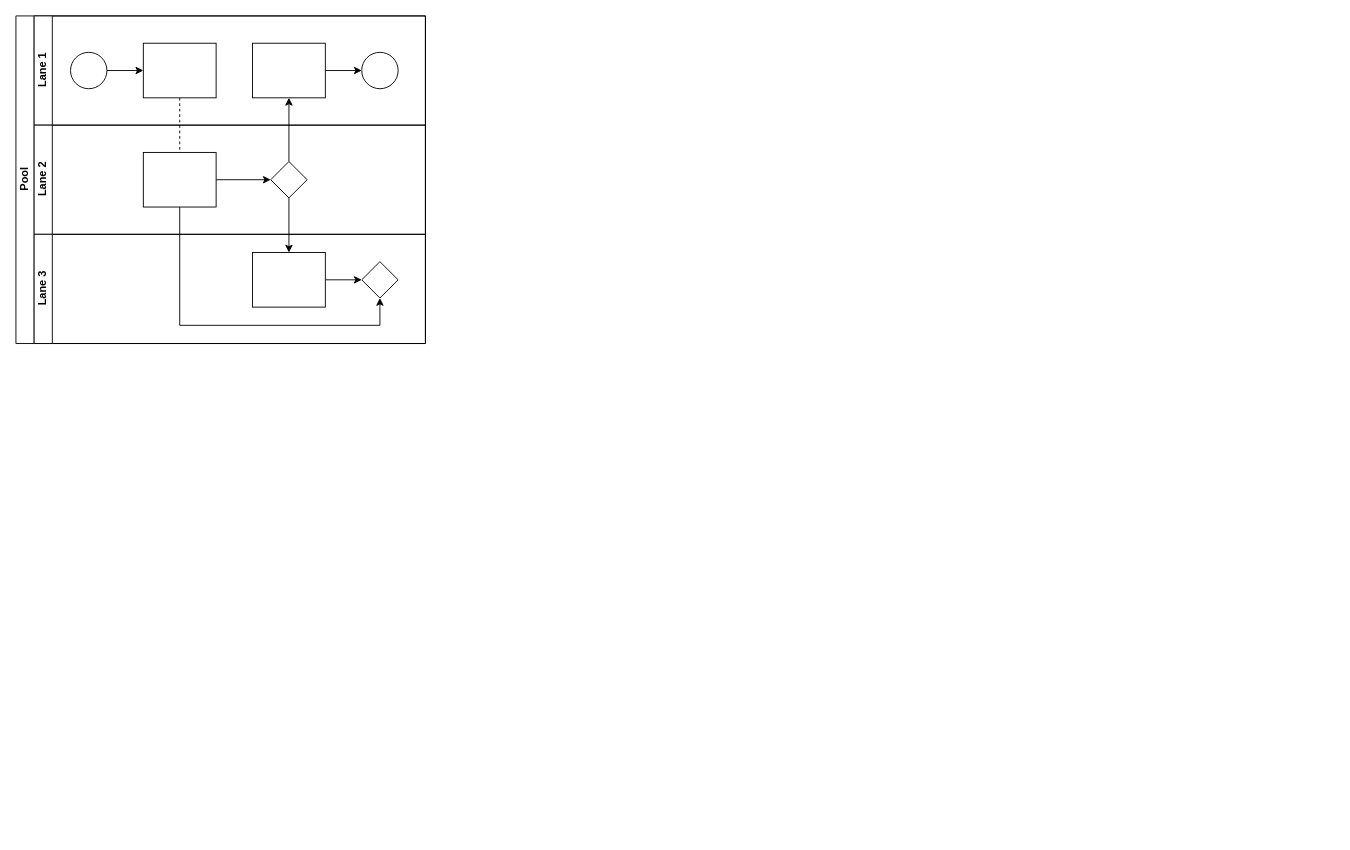
The draw.io diagram FCBT Performer SDD.drawio in mattuptonFCTG/diagrams, before the edit. Source tidied: cells renumbered, new cells numbered last; positions are measured from the earlier drawing's top-left corner, leaving out a move shared by most shapes. Both pictures are drawn from the tidied source at 91%, with x=0, y=0 at pixel (15, 15).
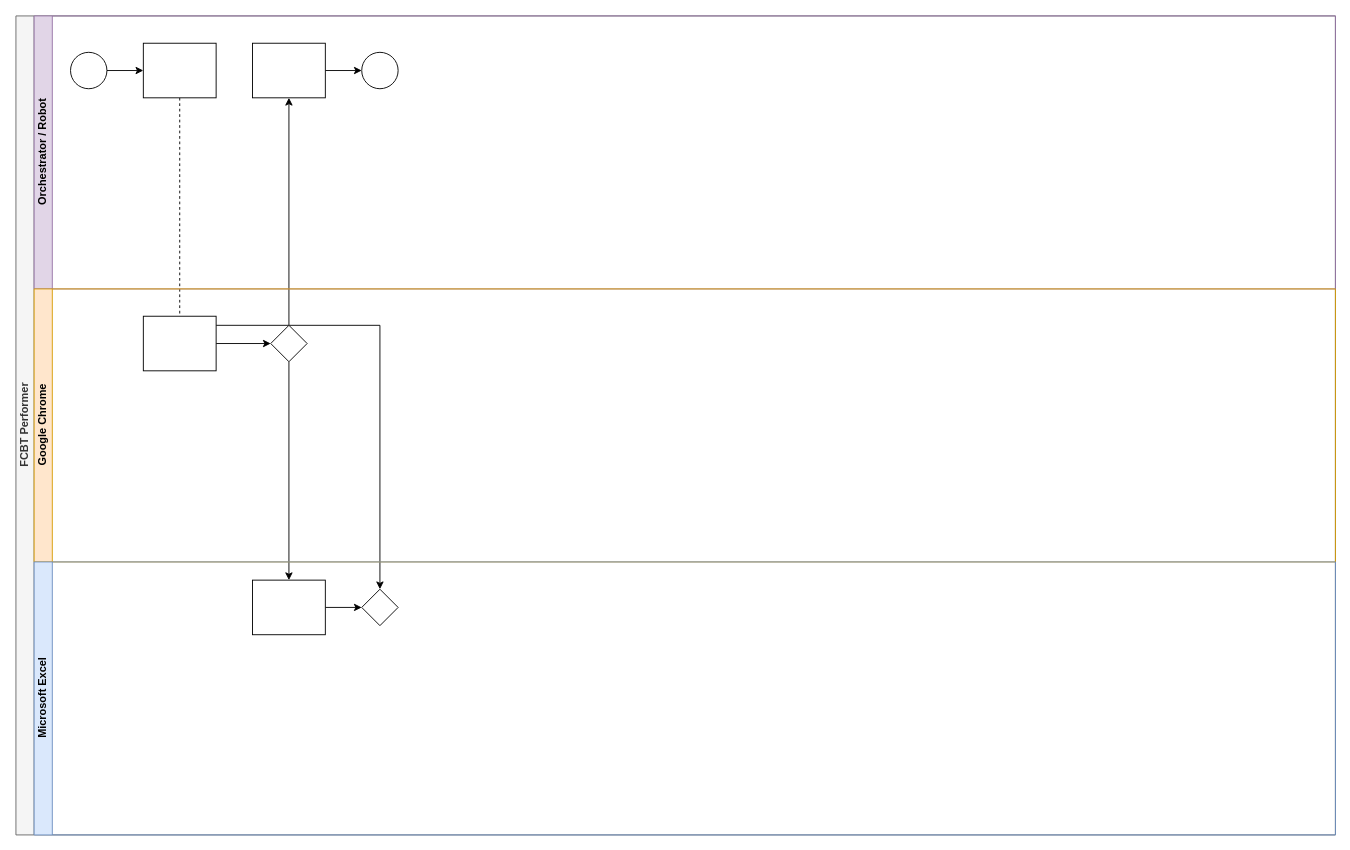
The same diagram, later.

What changed in the source:
```diff
@@
-    <mxCell id="2" value="Pool" style="swimlane;html=1;horizontal=0;startSize=20;" parent="1" vertex="1">
-      <mxGeometry width="450" height="360" as="geometry" />
+    <mxCell id="2" value="FCBT Performer" style="swimlane;html=1;horizontal=0;startSize=20;fillColor=#f5f5f5;strokeColor=#666666;fontColor=#333333;" parent="1" vertex="1">
+      <mxGeometry width="1450" height="900" as="geometry" />
     </mxCell>
@@
-    <mxCell id="7" value="Lane 1" style="swimlane;html=1;startSize=20;horizontal=0;" parent="2" vertex="1">
-      <mxGeometry x="20" width="430" height="120" as="geometry" />
+    <mxCell id="7" value="Orchestrator / Robot" style="swimlane;html=1;startSize=20;horizontal=0;fillColor=#e1d5e7;strokeColor=#9673a6;" parent="2" vertex="1">
+      <mxGeometry x="20" width="1430" height="300" as="geometry" />
     </mxCell>
@@
-    <mxCell id="14" value="Lane 2" style="swimlane;html=1;startSize=20;horizontal=0;" parent="2" vertex="1">
-      <mxGeometry x="20" y="120" width="430" height="120" as="geometry" />
+    <mxCell id="14" value="Google Chrome" style="swimlane;html=1;startSize=20;horizontal=0;fillColor=#ffe6cc;strokeColor=#d79b00;" parent="2" vertex="1">
+      <mxGeometry x="20" y="300" width="1430" height="300" as="geometry" />
     </mxCell>
@@
-    <mxCell id="18" value="Lane 3" style="swimlane;html=1;startSize=20;horizontal=0;" parent="2" vertex="1">
-      <mxGeometry x="20" y="240" width="430" height="120" as="geometry" />
+    <mxCell id="18" value="Microsoft Excel" style="swimlane;html=1;startSize=20;horizontal=0;fillColor=#dae8fc;strokeColor=#6c8ebf;" parent="2" vertex="1">
+      <mxGeometry x="20" y="600" width="1430" height="300" as="geometry" />
     </mxCell>
```
